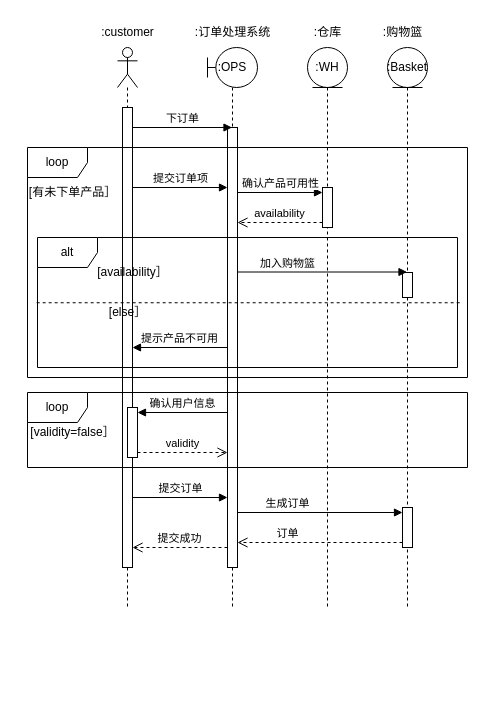
Earlier version of the draw.io diagram orders/orders_sequence_improved.drawio (yayaer123/drawio_demo). Source tidied: cells renumbered, new cells numbered last; positions are measured from the earlier drawing's top-left corner, leaving out a move shared by most shapes. Both pictures are drawn from the tidied source at 100%, with x=0, y=0 at pixel (17, 17).
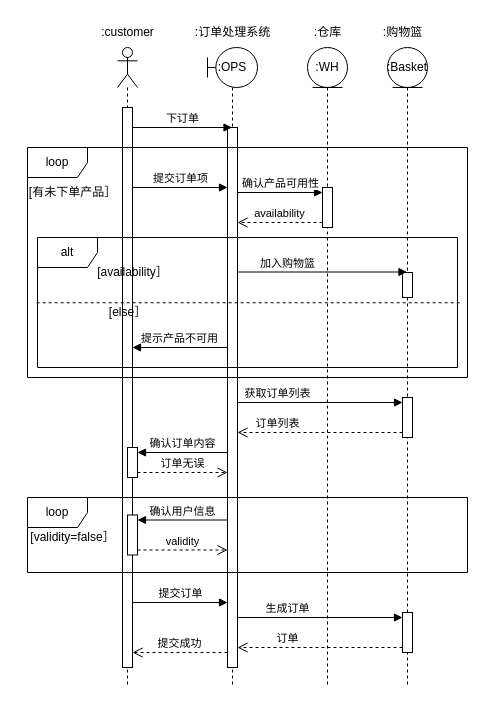
The same diagram, later.

Diff of the diagram source:
```diff
@@
     <mxCell id="2" value=":OPS" style="shape=umlLifeline;perimeter=lifelinePerimeter;whiteSpace=wrap;html=1;newEdgeStyle={&quot;curved&quot;:0,&quot;rounded&quot;:0};participant=umlBoundary;align=center;labelPosition=center;verticalLabelPosition=middle;verticalAlign=middle;" parent="1" vertex="1">
-      <mxGeometry x="190" y="30" width="50" height="560" as="geometry" />
+      <mxGeometry x="190" y="30" width="50" height="640" as="geometry" />
     </mxCell>
     <mxCell id="3" style="html=1;points=[[0,0,0,0,5],[0,1,0,0,-5],[1,0,0,0,5],[1,1,0,0,-5]];perimeter=orthogonalPerimeter;outlineConnect=0;targetShapes=umlLifeline;portConstraint=eastwest;newEdgeStyle={&quot;curved&quot;:0,&quot;rounded&quot;:0};" parent="2" vertex="1">
-      <mxGeometry x="20" y="80" width="10" height="440" as="geometry" />
+      <mxGeometry x="20" y="80" width="10" height="540" as="geometry" />
     </mxCell>
     <mxCell id="4" style="shape=umlLifeline;perimeter=lifelinePerimeter;whiteSpace=wrap;html=1;newEdgeStyle={&quot;curved&quot;:0,&quot;rounded&quot;:0};participant=umlActor;" parent="1" vertex="1">
-      <mxGeometry x="100" y="30" width="20" height="560" as="geometry" />
+      <mxGeometry x="100" y="30" width="20" height="640" as="geometry" />
     </mxCell>
     <mxCell id="5" style="html=1;points=[[0,0,0,0,5],[0,1,0,0,-5],[1,0,0,0,5],[1,1,0,0,-5]];perimeter=orthogonalPerimeter;outlineConnect=0;targetShapes=umlLifeline;portConstraint=eastwest;newEdgeStyle={&quot;curved&quot;:0,&quot;rounded&quot;:0};" parent="4" vertex="1">
-      <mxGeometry x="5" y="60" width="10" height="460" as="geometry" />
+      <mxGeometry x="5" y="60" width="10" height="560" as="geometry" />
     </mxCell>
-    <mxCell id="6" style="html=1;points=[[0,0,0,0,5],[0,1,0,0,-5],[1,0,0,0,5],[1,1,0,0,-5]];perimeter=orthogonalPerimeter;outlineConnect=0;targetShapes=umlLifeline;portConstraint=eastwest;newEdgeStyle={&quot;curved&quot;:0,&quot;rounded&quot;:0};" parent="4" vertex="1">
-      <mxGeometry x="10" y="360" width="10" height="50" as="geometry" />
-    </mxCell>
+    <mxCell id="36" style="html=1;points=[[0,0,0,0,5],[0,1,0,0,-5],[1,0,0,0,5],[1,1,0,0,-5]];perimeter=orthogonalPerimeter;outlineConnect=0;targetShapes=umlLifeline;portConstraint=eastwest;newEdgeStyle={&quot;curved&quot;:0,&quot;rounded&quot;:0};" parent="4" vertex="1">
+      <mxGeometry x="10" y="400" width="10" height="30" as="geometry" />
+    </mxCell>
@@
     <mxCell id="15" value=":WH" style="shape=umlLifeline;perimeter=lifelinePerimeter;whiteSpace=wrap;html=1;newEdgeStyle={&quot;curved&quot;:0,&quot;rounded&quot;:0};participant=umlEntity;" parent="1" vertex="1">
-      <mxGeometry x="290" y="30" width="40" height="560" as="geometry" />
+      <mxGeometry x="290" y="30" width="40" height="640" as="geometry" />
     </mxCell>
@@
     <mxCell id="18" value=":Basket" style="shape=umlLifeline;perimeter=lifelinePerimeter;whiteSpace=wrap;html=1;newEdgeStyle={&quot;curved&quot;:0,&quot;rounded&quot;:0};participant=umlEntity;" parent="1" vertex="1">
-      <mxGeometry x="370" y="30" width="40" height="560" as="geometry" />
+      <mxGeometry x="370" y="30" width="40" height="640" as="geometry" />
     </mxCell>
@@
     <mxCell id="20" style="html=1;points=[[0,0,0,0,5],[0,1,0,0,-5],[1,0,0,0,5],[1,1,0,0,-5]];perimeter=orthogonalPerimeter;outlineConnect=0;targetShapes=umlLifeline;portConstraint=eastwest;newEdgeStyle={&quot;curved&quot;:0,&quot;rounded&quot;:0};" parent="18" vertex="1">
-      <mxGeometry x="15" y="460" width="10" height="40" as="geometry" />
+      <mxGeometry x="15" y="565" width="10" height="40" as="geometry" />
     </mxCell>
+    <mxCell id="37" style="html=1;points=[[0,0,0,0,5],[0,1,0,0,-5],[1,0,0,0,5],[1,1,0,0,-5]];perimeter=orthogonalPerimeter;outlineConnect=0;targetShapes=umlLifeline;portConstraint=eastwest;newEdgeStyle={&quot;curved&quot;:0,&quot;rounded&quot;:0};" parent="18" vertex="1">
+      <mxGeometry x="15" y="350" width="10" height="40" as="geometry" />
+    </mxCell>
@@
-    <mxCell id="25" value="确认用户信息" style="html=1;verticalAlign=bottom;endArrow=block;curved=0;rounded=0;entryX=1;entryY=0;entryDx=0;entryDy=5;" parent="1" edge="1" source="3" target="6">
-      <mxGeometry relative="1" as="geometry" />
-    </mxCell>
-    <mxCell id="26" value="validity" style="html=1;verticalAlign=bottom;endArrow=open;dashed=1;endSize=8;curved=0;rounded=0;exitX=1;exitY=1;exitDx=0;exitDy=-5;" parent="1" edge="1" source="6" target="3">
-      <mxGeometry relative="1" as="geometry" />
-    </mxCell>
     <mxCell id="27" value="loop" style="shape=umlFrame;whiteSpace=wrap;html=1;" parent="1" vertex="1">
-      <mxGeometry x="10" y="375" width="440" height="75" as="geometry" />
+      <mxGeometry x="10" y="480" width="440" height="75" as="geometry" />
     </mxCell>
     <mxCell id="28" value="[validity=false］" style="text;html=1;align=center;verticalAlign=middle;strokeColor=none;fillColor=none;" parent="1" vertex="1">
-      <mxGeometry y="400" width="110" height="30" as="geometry" />
+      <mxGeometry y="505" width="110" height="30" as="geometry" />
     </mxCell>
-    <mxCell id="29" value="提交成功" style="html=1;verticalAlign=bottom;endArrow=open;dashed=1;endSize=8;curved=0;rounded=0;" parent="1" edge="1" target="5">
+    <mxCell id="29" value="提交成功" style="html=1;verticalAlign=bottom;endArrow=open;dashed=1;endSize=8;curved=0;rounded=0;" parent="1" edge="1">
       <mxGeometry relative="1" as="geometry">
-        <mxPoint x="210" y="530" as="sourcePoint" />
+        <mxPoint x="210" y="635" as="sourcePoint" />
+        <mxPoint x="115" y="635" as="targetPoint" />
       </mxGeometry>
     </mxCell>
     <mxCell id="30" value="提交订单" style="html=1;verticalAlign=bottom;endArrow=block;curved=0;rounded=0;entryX=0;entryY=0;entryDx=0;entryDy=5;" parent="1" edge="1">
       <mxGeometry relative="1" as="geometry">
-        <mxPoint x="115" y="480" as="sourcePoint" />
-        <mxPoint x="210" y="480" as="targetPoint" />
+        <mxPoint x="115" y="585" as="sourcePoint" />
+        <mxPoint x="210" y="585" as="targetPoint" />
       </mxGeometry>
     </mxCell>
-    <mxCell id="31" value="生成订单" style="html=1;verticalAlign=bottom;endArrow=block;curved=0;rounded=0;entryX=0;entryY=0;entryDx=0;entryDy=5;" parent="1" edge="1" source="3" target="20">
-      <mxGeometry x="-0.39" relative="1" as="geometry" />
+    <mxCell id="31" value="生成订单" style="html=1;verticalAlign=bottom;endArrow=block;curved=0;rounded=0;entryX=0;entryY=0;entryDx=0;entryDy=5;" parent="1" edge="1" target="20">
+      <mxGeometry x="-0.39" relative="1" as="geometry">
+        <mxPoint x="220" y="600" as="sourcePoint" />
+      </mxGeometry>
     </mxCell>
-    <mxCell id="32" value="订单" style="html=1;verticalAlign=bottom;endArrow=open;dashed=1;endSize=8;curved=0;rounded=0;exitX=0;exitY=1;exitDx=0;exitDy=-5;" parent="1" edge="1" source="20" target="3">
-      <mxGeometry x="0.39" relative="1" as="geometry" />
+    <mxCell id="32" value="订单" style="html=1;verticalAlign=bottom;endArrow=open;dashed=1;endSize=8;curved=0;rounded=0;exitX=0;exitY=1;exitDx=0;exitDy=-5;" parent="1" edge="1" source="20">
+      <mxGeometry x="0.39" relative="1" as="geometry">
+        <mxPoint x="220" y="630" as="targetPoint" />
+      </mxGeometry>
     </mxCell>
@@
+    <mxCell id="38" value="获取订单列表" style="html=1;verticalAlign=bottom;endArrow=block;curved=0;rounded=0;entryX=0;entryY=0;entryDx=0;entryDy=5;" parent="1" edge="1" source="3" target="37">
+      <mxGeometry x="-0.52" relative="1" as="geometry" />
+    </mxCell>
+    <mxCell id="39" value="订单列表" style="html=1;verticalAlign=bottom;endArrow=open;dashed=1;endSize=8;curved=0;rounded=0;exitX=0;exitY=1;exitDx=0;exitDy=-5;" parent="1" edge="1" source="37" target="3">
+      <mxGeometry x="0.52" relative="1" as="geometry" />
+    </mxCell>
+    <mxCell id="40" value="确认订单内容" style="html=1;verticalAlign=bottom;endArrow=block;curved=0;rounded=0;entryX=1;entryY=0;entryDx=0;entryDy=5;" parent="1" edge="1" source="3" target="36">
+      <mxGeometry relative="1" as="geometry" />
+    </mxCell>
+    <mxCell id="41" value="订单无误" style="html=1;verticalAlign=bottom;endArrow=open;dashed=1;endSize=8;curved=0;rounded=0;exitX=1;exitY=1;exitDx=0;exitDy=-5;" parent="1" edge="1" source="36" target="3">
+      <mxGeometry relative="1" as="geometry" />
+    </mxCell>
+    <mxCell id="42" style="html=1;points=[[0,0,0,0,5],[0,1,0,0,-5],[1,0,0,0,5],[1,1,0,0,-5]];perimeter=orthogonalPerimeter;outlineConnect=0;targetShapes=umlLifeline;portConstraint=eastwest;newEdgeStyle={&quot;curved&quot;:0,&quot;rounded&quot;:0};" parent="1" vertex="1">
+      <mxGeometry x="110" y="497.5" width="10" height="40" as="geometry" />
+    </mxCell>
+    <mxCell id="25" value="确认用户信息" style="html=1;verticalAlign=bottom;endArrow=block;curved=0;rounded=0;entryX=1;entryY=0;entryDx=0;entryDy=5;" parent="1" edge="1" source="3" target="42">
+      <mxGeometry relative="1" as="geometry" />
+    </mxCell>
+    <mxCell id="26" value="validity" style="html=1;verticalAlign=bottom;endArrow=open;dashed=1;endSize=8;curved=0;rounded=0;exitX=1;exitY=1;exitDx=0;exitDy=-5;" parent="1" edge="1" source="42" target="3">
+      <mxGeometry relative="1" as="geometry" />
+    </mxCell>
```
